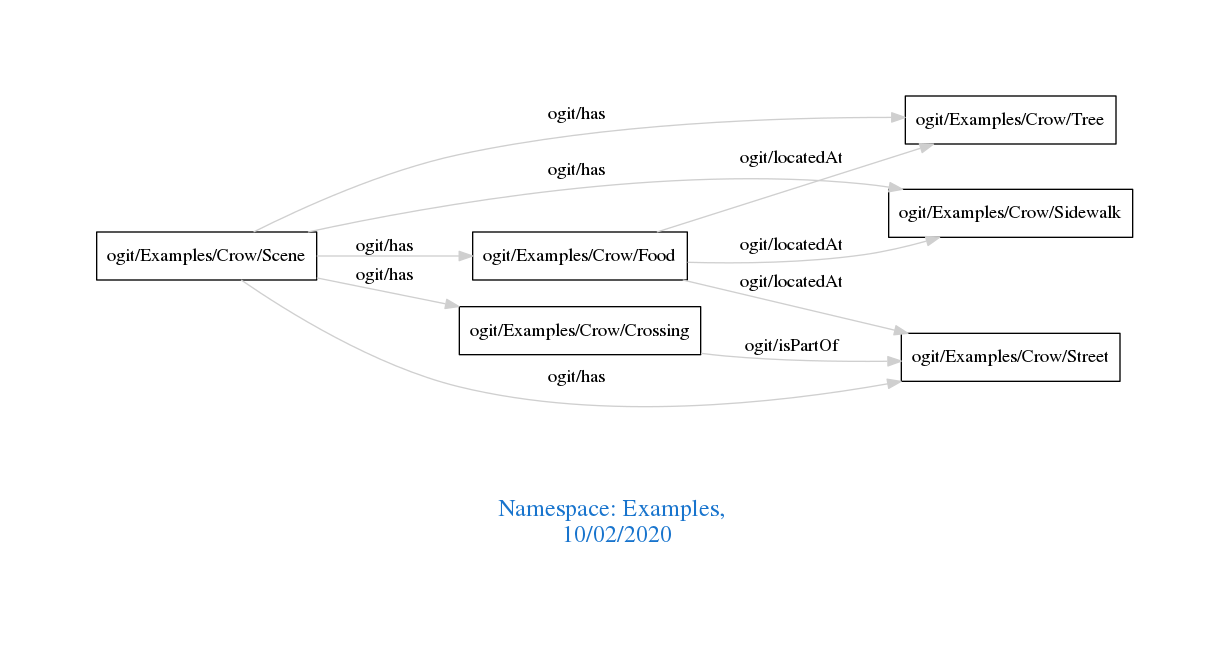
Earlier version of the Graphviz export downloads/Examples.png (arago/OGIT). Its source is kept beside it as downloads/Examples.dot.
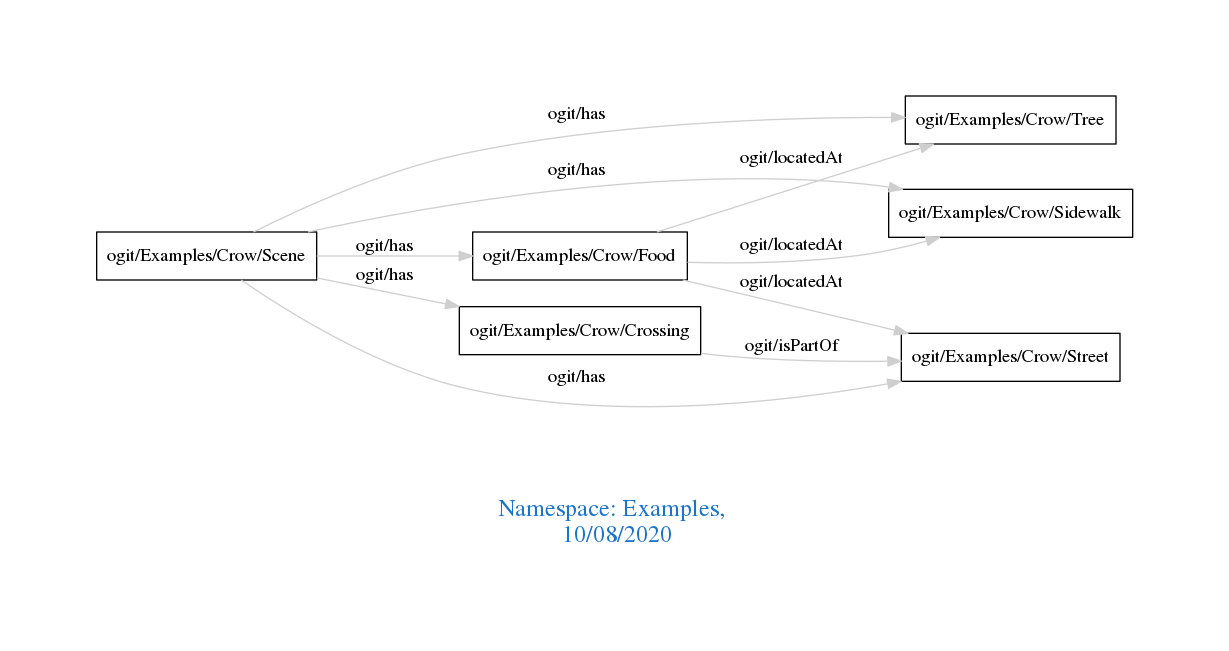
The same file after the commit.

What changed in the source:
```diff
@@ -1,7 +1,7 @@
 digraph OGIT_ontology {
  graph [ rankdir= LR,pad=1
 fontsize = 18,
-fontcolor= dodgerblue3,label = "\n\n\nNamespace: Examples, \n 10/02/2020"];
+fontcolor= dodgerblue3,label = "\n\n\nNamespace: Examples, \n 10/08/2020"];
 node[shape=polygon];
 edge [  color="gray81"];
 
```
